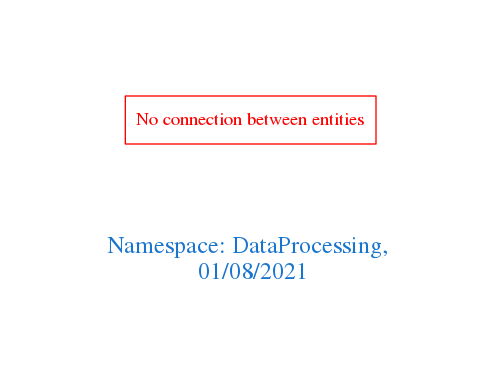
Before: downloads/DataProcessing.png, a diagram exported from Graphviz (arago/OGIT). Its source is kept beside it as downloads/DataProcessing.dot.
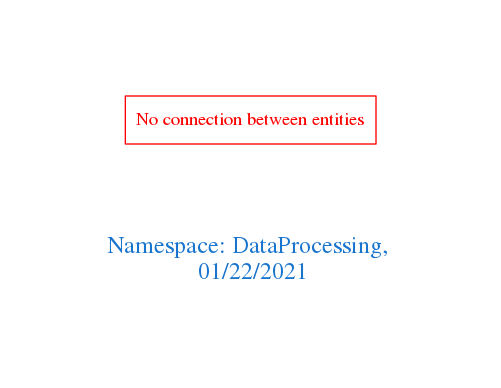
Above is the later version.

What changed in the source:
```diff
@@ -1,7 +1,7 @@
 digraph OGIT_ontology {
  graph [ rankdir= LR,pad=1
 fontsize = 18,
-fontcolor= dodgerblue3,label = "\n\n\nNamespace: DataProcessing, \n 01/08/2021"];
+fontcolor= dodgerblue3,label = "\n\n\nNamespace: DataProcessing, \n 01/22/2021"];
 node[shape=polygon];
 edge [  color="gray81"];
 
```
